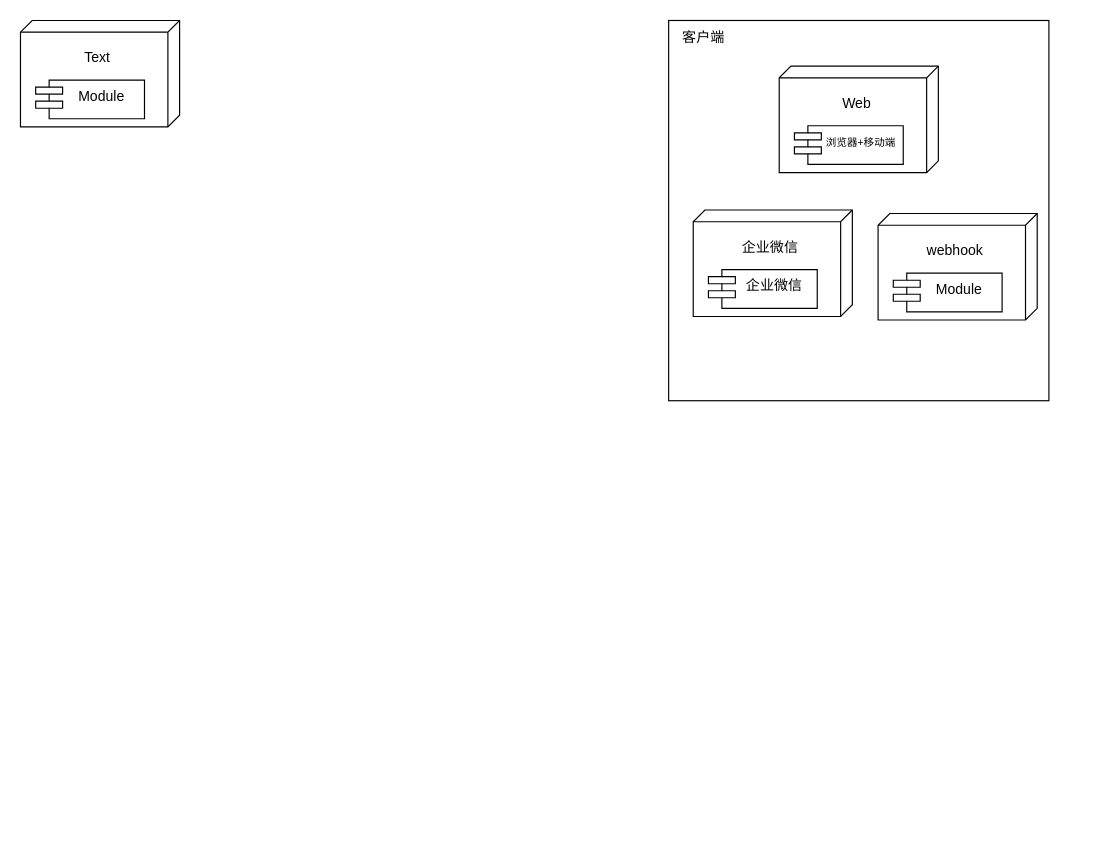
The draw.io diagram 系统物理视图.drawio in qf2020/drawio, before the edit. Source tidied: cells renumbered, new cells numbered last; positions are measured from the earlier drawing's top-left corner, leaving out a move shared by most shapes. Both pictures are drawn from the tidied source at 117%, with x=0, y=0 at pixel (20, 20).
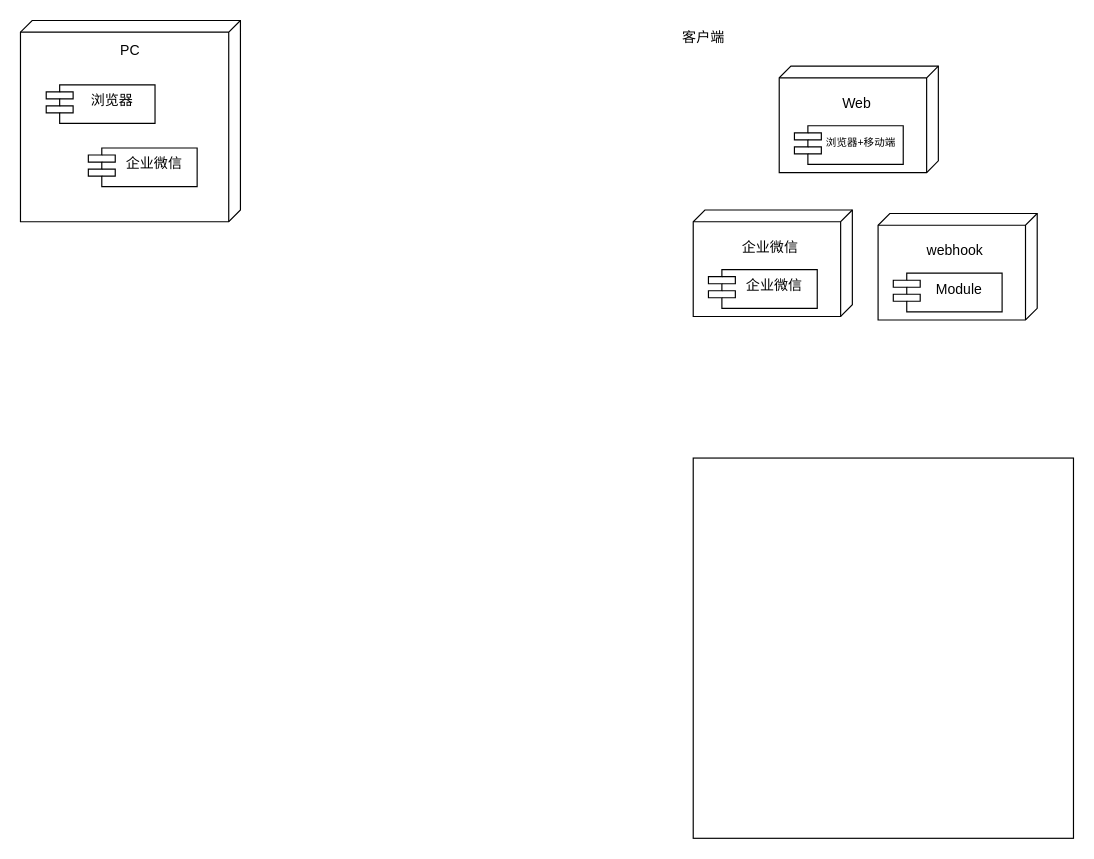
The same page after the edit.

Commit message:
更新系统物理视图.drawio

Change to the diagram source:
```diff
@@
 <mxGraphModel>
   <root>
     <mxCell id="0" />
     <mxCell id="1" parent="0" />
     <mxCell id="2" style="whiteSpace=wrap;html=1;" parent="1" vertex="1">
-      <mxGeometry x="554" width="325" height="325" as="geometry" />
+      <mxGeometry x="575" y="374" width="325" height="325" as="geometry" />
     </mxCell>
     <mxCell id="3" value="客户端" style="text;html=1;align=center;verticalAlign=middle;whiteSpace=wrap;rounded=0;" parent="1" vertex="1">
       <mxGeometry x="554" width="60" height="30" as="geometry" />
     </mxCell>
     <mxCell id="4" style="verticalAlign=top;align=left;spacingTop=8;spacingLeft=2;spacingRight=12;shape=cube;size=10;direction=south;fontStyle=4;html=1;whiteSpace=wrap;" parent="1" vertex="1">
-      <mxGeometry width="136" height="91" as="geometry" />
+      <mxGeometry width="188" height="172" as="geometry" />
     </mxCell>
-    <mxCell id="5" value="Module" style="shape=module;align=left;spacingLeft=20;align=center;verticalAlign=top;whiteSpace=wrap;html=1;jettyWidth=23;jettyHeight=6;" parent="1" vertex="1">
-      <mxGeometry x="13" y="51" width="93" height="33" as="geometry" />
+    <mxCell id="5" value="浏览器" style="shape=module;align=left;spacingLeft=20;align=center;verticalAlign=top;whiteSpace=wrap;html=1;jettyWidth=23;jettyHeight=6;" parent="1" vertex="1">
+      <mxGeometry x="22" y="55" width="93" height="33" as="geometry" />
     </mxCell>
-    <mxCell id="6" value="Text" style="text;html=1;align=center;verticalAlign=middle;whiteSpace=wrap;rounded=0;" parent="1" vertex="1">
-      <mxGeometry x="25" y="17" width="82" height="30" as="geometry" />
+    <mxCell id="6" value="PC" style="text;html=1;align=center;verticalAlign=middle;whiteSpace=wrap;rounded=0;" parent="1" vertex="1">
+      <mxGeometry x="53" y="11" width="82" height="30" as="geometry" />
     </mxCell>
     <mxCell id="7" style="group;" parent="1" vertex="1">
       <mxGeometry x="648.5" y="39" width="136" height="91" as="geometry" />
     </mxCell>
     <mxCell id="8" style="verticalAlign=top;align=left;spacingTop=8;spacingLeft=2;spacingRight=12;shape=cube;size=10;direction=south;fontStyle=4;html=1;whiteSpace=wrap;gradientColor=none;noLabel=0;" parent="7" vertex="1">
       <mxGeometry width="136" height="91" as="geometry" />
     </mxCell>
     <mxCell id="9" value="&lt;font style=&quot;font-size: 9px;&quot;&gt;浏览器+移动端&lt;/font&gt;" style="shape=module;align=center;spacingLeft=20;align=center;verticalAlign=top;whiteSpace=wrap;html=1;jettyWidth=23;jettyHeight=6;" parent="7" vertex="1">
       <mxGeometry x="13" y="51" width="93" height="33" as="geometry" />
     </mxCell>
     <mxCell id="10" value="Web" style="text;html=1;align=center;verticalAlign=middle;whiteSpace=wrap;rounded=0;" parent="7" vertex="1">
       <mxGeometry x="25" y="17" width="82" height="30" as="geometry" />
     </mxCell>
     <mxCell id="11" style="group;" parent="1" vertex="1">
       <mxGeometry x="575" y="162" width="136" height="91" as="geometry" />
     </mxCell>
     <mxCell id="12" style="verticalAlign=top;align=left;spacingTop=8;spacingLeft=2;spacingRight=12;shape=cube;size=10;direction=south;fontStyle=4;html=1;whiteSpace=wrap;gradientColor=none;noLabel=0;" parent="11" vertex="1">
       <mxGeometry width="136" height="91" as="geometry" />
     </mxCell>
     <mxCell id="13" value="企业微信" style="shape=module;align=left;spacingLeft=20;align=center;verticalAlign=top;whiteSpace=wrap;html=1;jettyWidth=23;jettyHeight=6;" parent="11" vertex="1">
       <mxGeometry x="13" y="51" width="93" height="33" as="geometry" />
     </mxCell>
     <mxCell id="14" value="企业微信" style="text;html=1;align=center;verticalAlign=middle;whiteSpace=wrap;rounded=0;" parent="11" vertex="1">
       <mxGeometry x="25" y="17" width="82" height="30" as="geometry" />
     </mxCell>
     <mxCell id="15" style="group;" parent="1" vertex="1">
       <mxGeometry x="733" y="165" width="136" height="91" as="geometry" />
     </mxCell>
     <mxCell id="16" style="verticalAlign=top;align=left;spacingTop=8;spacingLeft=2;spacingRight=12;shape=cube;size=10;direction=south;fontStyle=4;html=1;whiteSpace=wrap;gradientColor=none;noLabel=0;" parent="15" vertex="1">
       <mxGeometry width="136" height="91" as="geometry" />
     </mxCell>
     <mxCell id="17" value="Module" style="shape=module;align=left;spacingLeft=20;align=center;verticalAlign=top;whiteSpace=wrap;html=1;jettyWidth=23;jettyHeight=6;" parent="15" vertex="1">
       <mxGeometry x="13" y="51" width="93" height="33" as="geometry" />
     </mxCell>
     <mxCell id="18" value="webhook" style="text;html=1;align=center;verticalAlign=middle;whiteSpace=wrap;rounded=0;" parent="15" vertex="1">
       <mxGeometry x="25" y="17" width="82" height="30" as="geometry" />
     </mxCell>
+    <mxCell id="19" value="企业微信" style="shape=module;align=left;spacingLeft=20;align=center;verticalAlign=top;whiteSpace=wrap;html=1;jettyWidth=23;jettyHeight=6;" parent="1" vertex="1">
+      <mxGeometry x="58" y="109" width="93" height="33" as="geometry" />
+    </mxCell>
   </root>
 </mxGraphModel>
```
